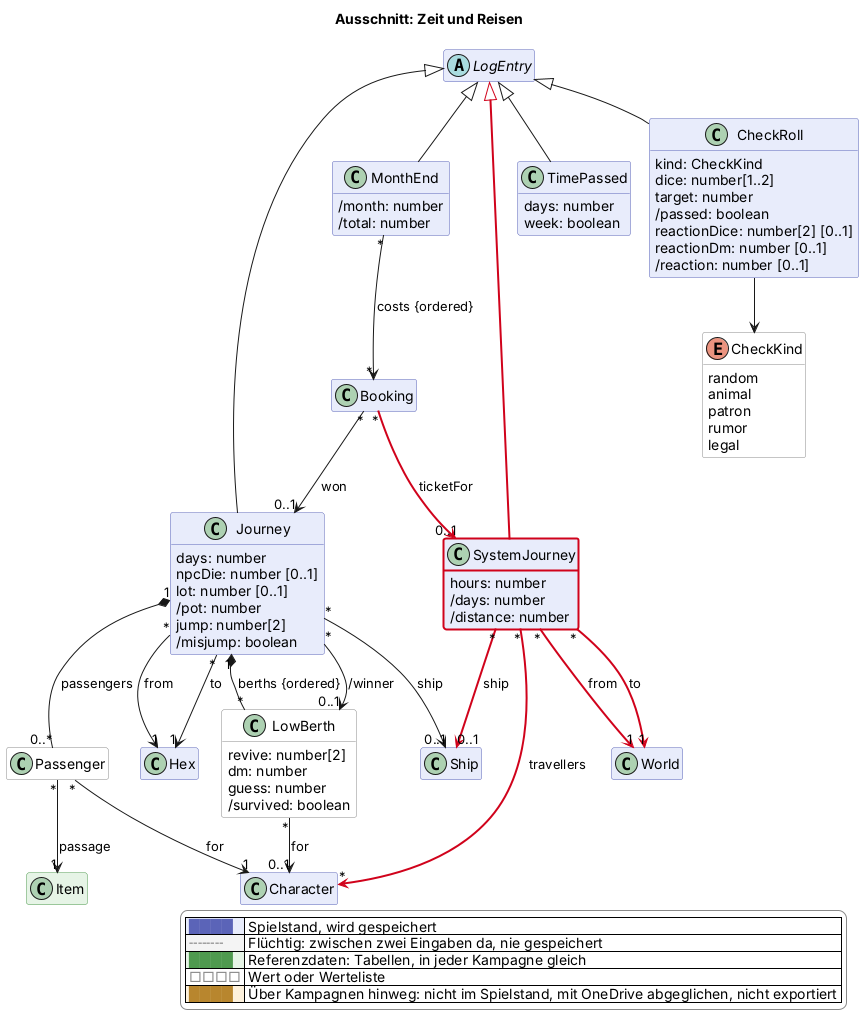
scuzzar/SRE keeps this PlantUML diagram as docs/views/reise.png. Above is the earlier version.
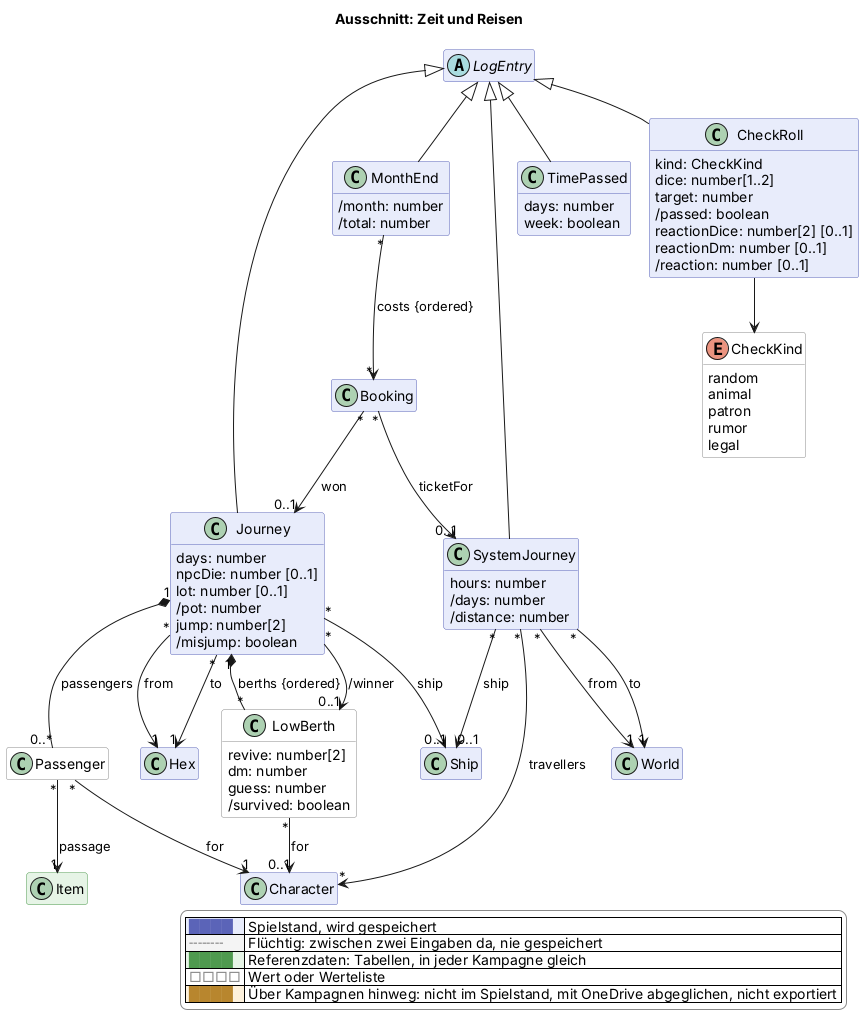
Later version of the same file.

Diff of the diagram source:
```diff
@@ -116,7 +116,7 @@
   }
   class Passenger <<value>> $reise {
   }
-  class SystemJourney $reise $newClass("2026-11-20d") {
+  class SystemJourney $reise {
     hours: number
     /days: number
     /distance: number
@@ -150,12 +150,12 @@
 LogEntry <|-- MonthEnd
 MonthEnd "*" --> "*" Booking : costs {ordered}
 Booking "*" --> "0..1" Journey : won
-LogEntry <|-$newArrow("2026-11-20d")- SystemJourney
-SystemJourney "*" -$newArrow("2026-11-20d")-> "1" World : from
-SystemJourney "*" -$newArrow("2026-11-20d")-> "1" World : to
-SystemJourney "*" -$newArrow("2026-11-20d")-> "*" Character : travellers
-SystemJourney "*" -$newArrow("2026-11-20d")-> "0..1" Ship : ship
-Booking "*" -$newArrow("2026-11-20d")-> "0..1" SystemJourney : ticketFor
+LogEntry <|-- SystemJourney
+SystemJourney "*" --> "1" World : from
+SystemJourney "*" --> "1" World : to
+SystemJourney "*" --> "*" Character : travellers
+SystemJourney "*" --> "0..1" Ship : ship
+Booking "*" --> "0..1" SystemJourney : ticketFor
 
 
 
```
